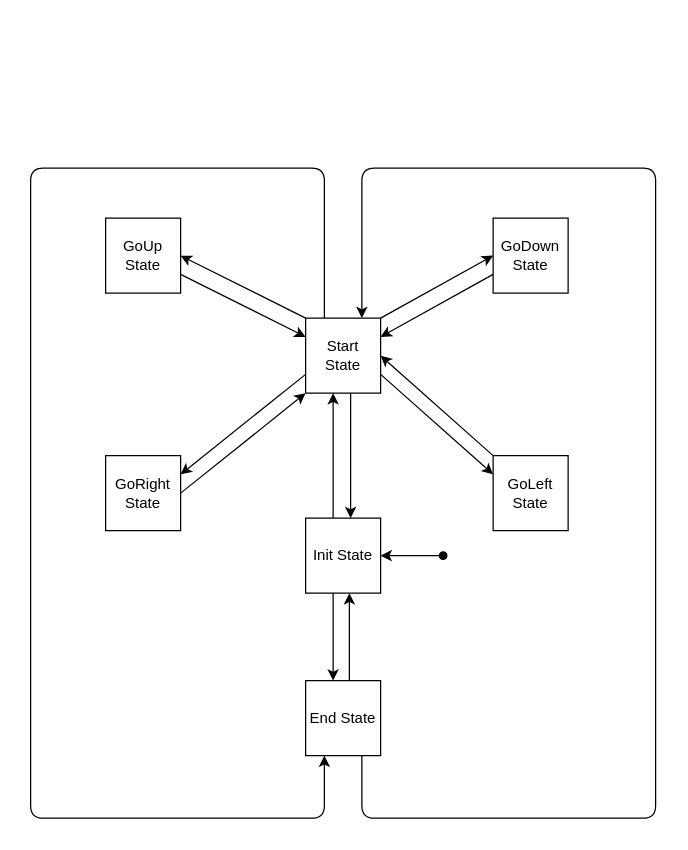
This is CSE5422/hw7.drawio from justxuewei/draw.io, a draw.io file, before an edit. Source tidied: cells renumbered, new cells numbered last; positions are measured from the earlier drawing's top-left corner, leaving out a move shared by most shapes. Both pictures are drawn from the tidied source at 125%, with x=0, y=0 at pixel (30, 168).
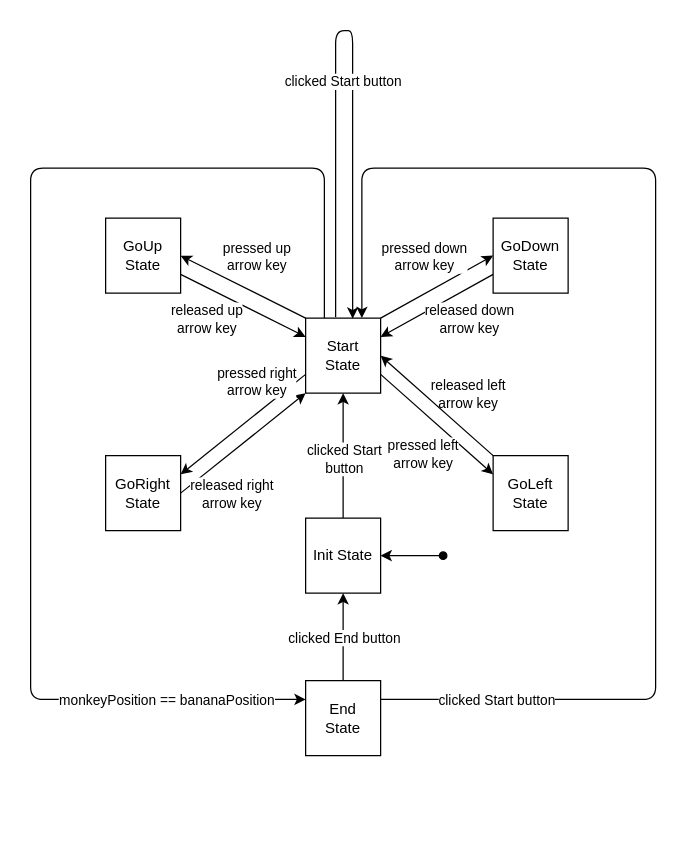
The same diagram, later.

Unchanged cells that the change refers to:
```xml
<mxCell id="6" style="edgeStyle=none;rounded=0;jettySize=auto;html=1;exitX=1;exitY=0.75;exitDx=0;exitDy=0;entryX=0;entryY=0.25;entryDx=0;entryDy=0;startArrow=none;startFill=0;endArrow=classic;endFill=1;" parent="1" edge="1" source="8" target="14">
  <mxGeometry relative="1" as="geometry" />
</mxCell>
<mxCell id="8" value="Start&lt;br&gt;State" style="rounded=0;whiteSpace=wrap;html=1;" parent="1" vertex="1">
  <mxGeometry x="220" y="120" width="60" height="60" as="geometry" />
</mxCell>
<mxCell id="13" style="edgeStyle=none;rounded=0;jettySize=auto;html=1;exitX=0;exitY=0;exitDx=0;exitDy=0;entryX=1;entryY=0.5;entryDx=0;entryDy=0;startArrow=none;startFill=0;endArrow=classic;endFill=1;" parent="1" edge="1" source="14" target="8">
  <mxGeometry relative="1" as="geometry" />
</mxCell>
<mxCell id="20" value="Init State" style="rounded=0;whiteSpace=wrap;html=1;" parent="1" vertex="1">
  <mxGeometry x="220" y="280" width="60" height="60" as="geometry" />
</mxCell>
```

The edit, as a diff of the source:
```diff
@@
-    <mxCell id="4" style="edgeStyle=none;rounded=0;orthogonalLoop=1;jettySize=auto;html=1;exitX=0.75;exitY=1;exitDx=0;exitDy=0;entryX=0.75;entryY=0;entryDx=0;entryDy=0;startArrow=none;startFill=0;endArrow=classic;endFill=1;" parent="1" edge="1">
-      <mxGeometry relative="1" as="geometry">
-        <mxPoint x="256" y="180" as="sourcePoint" />
-        <mxPoint x="256" y="280" as="targetPoint" />
-      </mxGeometry>
-    </mxCell>
@@
+    <mxCell id="24" value="released left &lt;br&gt;arrow key" style="edgeLabel;html=1;align=center;verticalAlign=middle;" parent="6" vertex="1">
+      <mxGeometry x="0.03" y="-4" relative="1" as="geometry">
+        <mxPoint x="26" y="-29" as="offset" />
+      </mxGeometry>
+    </mxCell>
-    <mxCell id="7" style="edgeStyle=orthogonalEdgeStyle;rounded=1;jettySize=auto;html=1;exitX=0.25;exitY=0;exitDx=0;exitDy=0;entryX=0.25;entryY=1;entryDx=0;entryDy=0;startArrow=none;startFill=0;endArrow=classic;endFill=1;" parent="1" edge="1" source="8" target="23">
+    <mxCell id="7" style="edgeStyle=orthogonalEdgeStyle;rounded=1;jettySize=auto;html=1;exitX=0.25;exitY=0;exitDx=0;exitDy=0;entryX=0;entryY=0.25;entryDx=0;entryDy=0;startArrow=none;startFill=0;endArrow=classic;endFill=1;" parent="1" edge="1" source="8" target="23">
       <mxGeometry relative="1" as="geometry">
         <Array as="points">
           <mxPoint x="235" />
           <mxPoint />
-          <mxPoint y="520" />
-          <mxPoint x="235" y="520" />
+          <mxPoint y="425" />
         </Array>
       </mxGeometry>
     </mxCell>
+    <mxCell id="25" value="monkeyPosition == bananaPosition" style="edgeLabel;html=1;align=center;verticalAlign=middle;" parent="7" vertex="1">
+      <mxGeometry x="0.67" relative="1" as="geometry">
+        <mxPoint x="53" as="offset" />
+      </mxGeometry>
+    </mxCell>
@@
+    <mxCell id="26" value="pressed left &lt;br&gt;arrow key" style="edgeLabel;html=1;align=center;verticalAlign=middle;" parent="13" vertex="1">
+      <mxGeometry x="-0.06" y="-3" relative="1" as="geometry">
+        <mxPoint x="-16" y="39" as="offset" />
+      </mxGeometry>
+    </mxCell>
@@
-    <mxCell id="18" style="edgeStyle=none;rounded=0;orthogonalLoop=1;jettySize=auto;html=1;exitX=0.25;exitY=0;exitDx=0;exitDy=0;entryX=0.25;entryY=1;entryDx=0;entryDy=0;startArrow=none;startFill=0;endArrow=classic;endFill=1;" parent="1" edge="1">
-      <mxGeometry relative="1" as="geometry">
-        <mxPoint x="242" y="280" as="sourcePoint" />
-        <mxPoint x="242" y="180" as="targetPoint" />
-      </mxGeometry>
+    <mxCell id="18" style="edgeStyle=none;rounded=0;jettySize=auto;html=1;exitX=0.5;exitY=0;exitDx=0;exitDy=0;entryX=0.5;entryY=1;entryDx=0;entryDy=0;startArrow=none;startFill=0;endArrow=classic;endFill=1;" parent="1" edge="1" source="20" target="8">
+      <mxGeometry relative="1" as="geometry" />
     </mxCell>
-    <mxCell id="19" style="edgeStyle=orthogonalEdgeStyle;rounded=1;orthogonalLoop=1;jettySize=auto;html=1;exitX=0.25;exitY=1;exitDx=0;exitDy=0;entryX=0.25;entryY=0;entryDx=0;entryDy=0;startArrow=none;startFill=0;endArrow=classic;endFill=1;" parent="1" edge="1">
-      <mxGeometry relative="1" as="geometry">
-        <mxPoint x="242" y="340" as="sourcePoint" />
-        <mxPoint x="242" y="410" as="targetPoint" />
-      </mxGeometry>
-    </mxCell>
+    <mxCell id="27" value="clicked Start &lt;br&gt;button" style="edgeLabel;html=1;align=center;verticalAlign=middle;" parent="18" vertex="1">
+      <mxGeometry x="-0.04" y="4" relative="1" as="geometry">
+        <mxPoint x="4" as="offset" />
+      </mxGeometry>
+    </mxCell>
@@
-    <mxCell id="21" style="edgeStyle=orthogonalEdgeStyle;rounded=1;jettySize=auto;html=1;exitX=0.75;exitY=1;exitDx=0;exitDy=0;entryX=0.75;entryY=0;entryDx=0;entryDy=0;startArrow=none;startFill=0;endArrow=classic;endFill=1;" parent="1" edge="1" source="23" target="8">
+    <mxCell id="21" style="edgeStyle=orthogonalEdgeStyle;rounded=1;jettySize=auto;html=1;exitX=1;exitY=0.25;exitDx=0;exitDy=0;entryX=0.75;entryY=0;entryDx=0;entryDy=0;startArrow=none;startFill=0;endArrow=classic;endFill=1;" parent="1" edge="1" source="23" target="8">
       <mxGeometry relative="1" as="geometry">
         <Array as="points">
-          <mxPoint x="265" y="520" />
-          <mxPoint x="500" y="520" />
+          <mxPoint x="500" y="425" />
           <mxPoint x="500" />
           <mxPoint x="265" />
         </Array>
       </mxGeometry>
     </mxCell>
+    <mxCell id="28" value="clicked Start button" style="edgeLabel;html=1;align=center;verticalAlign=middle;" parent="21" vertex="1">
+      <mxGeometry x="-0.68" y="-3" relative="1" as="geometry">
+        <mxPoint x="-68" y="-3" as="offset" />
+      </mxGeometry>
+    </mxCell>
-    <mxCell id="22" style="edgeStyle=orthogonalEdgeStyle;rounded=1;orthogonalLoop=1;jettySize=auto;html=1;exitX=0.75;exitY=0;exitDx=0;exitDy=0;entryX=0.75;entryY=1;entryDx=0;entryDy=0;startArrow=none;startFill=0;endArrow=classic;endFill=1;" parent="1" edge="1">
-      <mxGeometry relative="1" as="geometry">
-        <mxPoint x="255" y="410" as="sourcePoint" />
-        <mxPoint x="255" y="340" as="targetPoint" />
-      </mxGeometry>
+    <mxCell id="22" style="edgeStyle=orthogonalEdgeStyle;rounded=1;jettySize=auto;html=1;exitX=0.5;exitY=0;exitDx=0;exitDy=0;entryX=0.5;entryY=1;entryDx=0;entryDy=0;startArrow=none;startFill=0;endArrow=classic;endFill=1;" parent="1" edge="1" source="23" target="20">
+      <mxGeometry relative="1" as="geometry" />
     </mxCell>
+    <mxCell id="29" value="clicked&amp;nbsp;End button" style="edgeLabel;html=1;align=center;verticalAlign=middle;" parent="22" vertex="1">
+      <mxGeometry relative="1" as="geometry" />
+    </mxCell>
-    <mxCell id="23" value="End State" style="rounded=0;whiteSpace=wrap;html=1;" parent="1" vertex="1">
+    <mxCell id="23" value="End&lt;br&gt;State" style="rounded=0;whiteSpace=wrap;html=1;" parent="1" vertex="1">
       <mxGeometry x="220" y="410" width="60" height="60" as="geometry" />
     </mxCell>
+    <mxCell id="30" value="pressed down&lt;br&gt;arrow key" style="edgeLabel;html=1;align=center;verticalAlign=middle;" parent="1" vertex="1">
+      <mxGeometry x="314" y="70" as="geometry" />
+    </mxCell>
+    <mxCell id="31" value="released down&lt;br&gt;arrow key" style="edgeLabel;html=1;align=center;verticalAlign=middle;" parent="1" vertex="1">
+      <mxGeometry x="350" y="120" as="geometry" />
+    </mxCell>
+    <mxCell id="32" value="pressed up&lt;br&gt;arrow key" style="edgeLabel;html=1;align=center;verticalAlign=middle;" parent="1" vertex="1">
+      <mxGeometry x="180" y="70" as="geometry" />
+    </mxCell>
+    <mxCell id="33" value="released up&lt;br&gt;arrow key" style="edgeLabel;html=1;align=center;verticalAlign=middle;" parent="1" vertex="1">
+      <mxGeometry x="140" y="120" as="geometry" />
+    </mxCell>
+    <mxCell id="34" value="pressed right&lt;br&gt;arrow key" style="edgeLabel;html=1;align=center;verticalAlign=middle;" parent="1" vertex="1">
+      <mxGeometry x="180" y="170" as="geometry" />
+    </mxCell>
+    <mxCell id="35" value="released right&lt;br&gt;arrow key" style="edgeLabel;html=1;align=center;verticalAlign=middle;" parent="1" vertex="1">
+      <mxGeometry x="160" y="260" as="geometry" />
+    </mxCell>
+    <mxCell id="36" style="edgeStyle=orthogonalEdgeStyle;rounded=1;orthogonalLoop=1;jettySize=auto;html=1;exitX=0.4;exitY=-0.013;exitDx=0;exitDy=0;entryX=0.627;entryY=0.007;entryDx=0;entryDy=0;startArrow=none;startFill=0;endArrow=classic;endFill=1;exitPerimeter=0;entryPerimeter=0;" parent="1" edge="1" source="8" target="8">
+      <mxGeometry relative="1" as="geometry">
+        <Array as="points">
+          <mxPoint x="244" y="-110" />
+          <mxPoint x="258" y="-110" />
+          <mxPoint x="258" y="120" />
+        </Array>
+      </mxGeometry>
+    </mxCell>
+    <mxCell id="37" value="clicked Start button" style="edgeLabel;html=1;align=center;verticalAlign=middle;" parent="36" vertex="1">
+      <mxGeometry relative="1" as="geometry">
+        <mxPoint x="-2" y="40" as="offset" />
+      </mxGeometry>
+    </mxCell>
```
